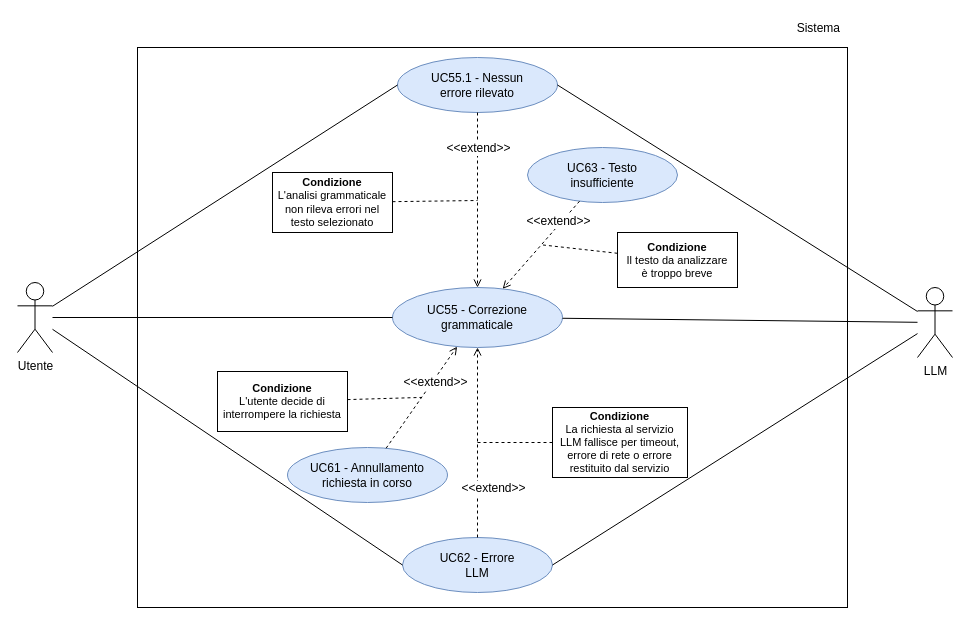
Before: RTB/doc_esterna/analisi-dei-requisiti/assets/draw.io/UC56.drawio in thebitless-group-swe/thebitless.github.io, a draw.io diagram. Source tidied: cells renumbered, new cells numbered last; positions are measured from the earlier drawing's top-left corner, leaving out a move shared by most shapes. Both pictures are drawn from the tidied source at 100%, with x=0, y=0 at pixel (17, 17).
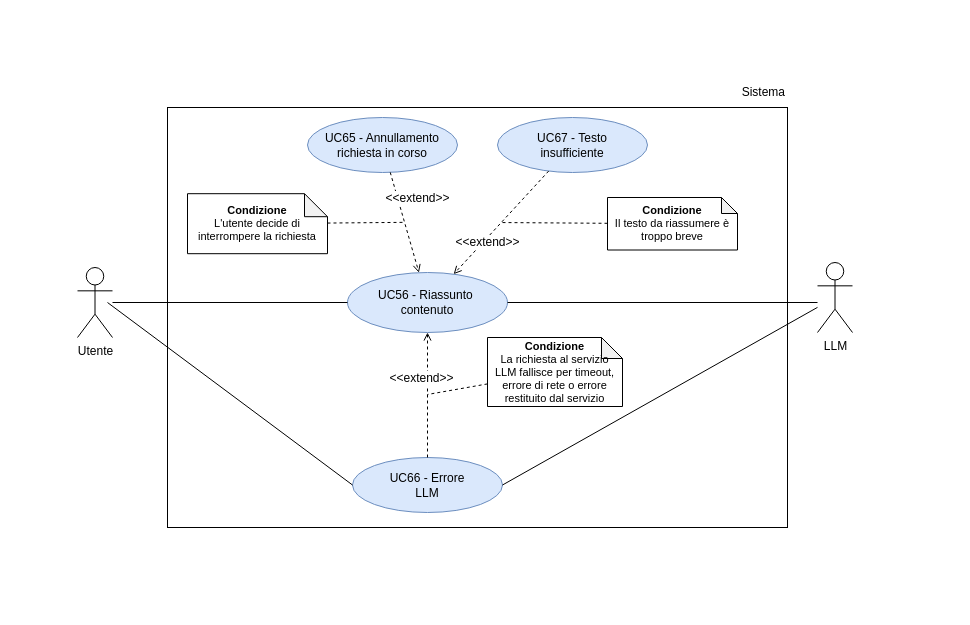
After the change.

What changed in the source:
```diff
@@
     <mxCell id="2" value="&lt;font&gt;Utente&lt;/font&gt;" style="shape=umlActor;verticalLabelPosition=bottom;verticalAlign=top;html=1;outlineConnect=0;fontSize=12;" parent="1" vertex="1">
-      <mxGeometry y="265" width="35" height="70" as="geometry" />
+      <mxGeometry x="60" y="250" width="35" height="70" as="geometry" />
     </mxCell>
-    <mxCell id="3" value="&lt;font&gt;LLM&lt;/font&gt;" style="shape=umlActor;verticalLabelPosition=bottom;verticalAlign=top;html=1;outlineConnect=0;fontSize=12;" parent="1" vertex="1">
-      <mxGeometry x="900" y="270" width="35" height="70" as="geometry" />
-    </mxCell>
     <mxCell id="4" style="rounded=0;whiteSpace=wrap;html=1;strokeWidth=1;fontSize=12;" parent="1" vertex="1">
-      <mxGeometry x="120" y="30" width="710" height="560" as="geometry" />
+      <mxGeometry x="150" y="90" width="620" height="420" as="geometry" />
     </mxCell>
     <mxCell id="5" value="&lt;font&gt;Sistema&lt;/font&gt;" style="text;html=1;whiteSpace=wrap;strokeColor=none;fillColor=none;align=right;verticalAlign=middle;fontSize=12;" parent="1" vertex="1">
-      <mxGeometry x="760" width="65" height="22" as="geometry" />
+      <mxGeometry x="700" y="60" width="70" height="30" as="geometry" />
     </mxCell>
-    <mxCell id="6" value="&lt;font&gt;UC55 - Correzione&lt;/font&gt;&lt;div&gt;&lt;font&gt;grammaticale&lt;/font&gt;&lt;/div&gt;" style="ellipse;whiteSpace=wrap;html=1;fillColor=#dae8fc;strokeColor=#6c8ebf;fontSize=12;" parent="1" vertex="1">
-      <mxGeometry x="375" y="270" width="170" height="60" as="geometry" />
-    </mxCell>
-    <mxCell id="7" value="&lt;font&gt;UC55.1 - Nessun&lt;br&gt;errore rilevato&lt;/font&gt;" style="ellipse;whiteSpace=wrap;html=1;fillColor=#dae8fc;strokeColor=#6c8ebf;fontSize=12;" parent="1" vertex="1">
-      <mxGeometry x="380" y="40" width="160" height="55" as="geometry" />
-    </mxCell>
+    <mxCell id="33" value="&lt;font&gt;UC56 - Riassunto&amp;nbsp;&lt;/font&gt;&lt;div&gt;&lt;font&gt;contenuto&lt;/font&gt;&lt;/div&gt;" style="ellipse;whiteSpace=wrap;html=1;fillColor=#dae8fc;strokeColor=#6c8ebf;fontSize=12;" parent="1" vertex="1">
+      <mxGeometry x="330" y="255" width="160" height="60" as="geometry" />
+    </mxCell>
-    <mxCell id="8" value="&lt;font&gt;UC61 - Annullamento&lt;br&gt;richiesta in corso&lt;/font&gt;" style="ellipse;whiteSpace=wrap;html=1;fillColor=#dae8fc;strokeColor=#6c8ebf;fontSize=12;" parent="1" vertex="1">
-      <mxGeometry x="270" y="430" width="160" height="55" as="geometry" />
+    <mxCell id="8" value="&lt;font&gt;UC65 - Annullamento&lt;br&gt;richiesta in corso&lt;/font&gt;" style="ellipse;whiteSpace=wrap;html=1;fillColor=#dae8fc;strokeColor=#6c8ebf;fontSize=12;" parent="1" vertex="1">
+      <mxGeometry x="290" y="100" width="150" height="55" as="geometry" />
     </mxCell>
-    <mxCell id="9" value="&lt;font&gt;UC62 - Errore&lt;br&gt;LLM&lt;/font&gt;" style="ellipse;whiteSpace=wrap;html=1;fillColor=#dae8fc;strokeColor=#6c8ebf;fontSize=12;" parent="1" vertex="1">
-      <mxGeometry x="385" y="520" width="150" height="55" as="geometry" />
+    <mxCell id="9" value="&lt;font&gt;UC66 - Errore&lt;br&gt;LLM&lt;/font&gt;" style="ellipse;whiteSpace=wrap;html=1;fillColor=#dae8fc;strokeColor=#6c8ebf;fontSize=12;" parent="1" vertex="1">
+      <mxGeometry x="335" y="440" width="150" height="55" as="geometry" />
     </mxCell>
-    <mxCell id="10" value="&lt;font&gt;UC63 - Testo&lt;br&gt;insufficiente&lt;/font&gt;" style="ellipse;whiteSpace=wrap;html=1;fillColor=#dae8fc;strokeColor=#6c8ebf;fontSize=12;" parent="1" vertex="1">
-      <mxGeometry x="510" y="130" width="150" height="55" as="geometry" />
+    <mxCell id="10" value="&lt;font&gt;UC67 - Testo&lt;br&gt;insufficiente&lt;/font&gt;" style="ellipse;whiteSpace=wrap;html=1;fillColor=#dae8fc;strokeColor=#6c8ebf;fontSize=12;" parent="1" vertex="1">
+      <mxGeometry x="480" y="100" width="150" height="55" as="geometry" />
     </mxCell>
-    <mxCell id="11" style="edgeStyle=none;rounded=0;jettySize=auto;html=1;endArrow=none;endFill=0;fontSize=12;" parent="1" edge="1" source="2" target="6">
-      <mxGeometry relative="1" as="geometry" />
-    </mxCell>
-    <mxCell id="12" style="edgeStyle=none;rounded=0;jettySize=auto;html=1;endArrow=none;endFill=0;fontSize=12;" parent="1" edge="1" source="6" target="3">
-      <mxGeometry relative="1" as="geometry" />
-    </mxCell>
-    <mxCell id="13" style="edgeStyle=none;rounded=0;jettySize=auto;html=1;endArrow=none;endFill=0;fontSize=12;entryX=0;entryY=0.5;entryDx=0;entryDy=0;" parent="1" edge="1" source="2" target="7">
-      <mxGeometry relative="1" as="geometry" />
-    </mxCell>
-    <mxCell id="14" style="edgeStyle=none;rounded=0;jettySize=auto;html=1;endArrow=none;endFill=0;fontSize=12;exitX=1;exitY=0.5;exitDx=0;exitDy=0;" parent="1" edge="1" source="7" target="3">
-      <mxGeometry relative="1" as="geometry" />
-    </mxCell>
-    <mxCell id="15" style="edgeStyle=none;rounded=0;jettySize=auto;html=1;endArrow=none;endFill=0;fontSize=12;exitX=1;exitY=0.5;exitDx=0;exitDy=0;" parent="1" edge="1" source="9" target="3">
-      <mxGeometry relative="1" as="geometry" />
-    </mxCell>
-    <mxCell id="16" style="dashed=1;endArrow=open;endFill=0;html=1;rounded=0;fontSize=12;" parent="1" edge="1" source="7" target="6">
-      <mxGeometry relative="1" as="geometry" />
-    </mxCell>
-    <mxCell id="17" value="&lt;font&gt;&amp;lt;&amp;lt;extend&amp;gt;&amp;gt;&lt;/font&gt;" style="edgeLabel;html=1;align=center;verticalAlign=middle;fontSize=12;" parent="16" vertex="1">
-      <mxGeometry x="-0.05" y="-1" relative="1" as="geometry">
-        <mxPoint x="1" y="-48" as="offset" />
-      </mxGeometry>
-    </mxCell>
-    <mxCell id="18" style="dashed=1;endArrow=open;endFill=0;html=1;rounded=0;fontSize=12;" parent="1" edge="1" source="8" target="6">
-      <mxGeometry relative="1" as="geometry" />
-    </mxCell>
+    <mxCell id="34" style="edgeStyle=none;rounded=0;jettySize=auto;html=1;endArrow=none;endFill=0;fontSize=12;" parent="1" edge="1" source="2" target="33">
+      <mxGeometry relative="1" as="geometry" />
+    </mxCell>
+    <mxCell id="35" style="edgeStyle=none;rounded=0;jettySize=auto;html=1;endArrow=none;endFill=0;fontSize=12;" parent="1" edge="1" source="33">
+      <mxGeometry relative="1" as="geometry">
+        <mxPoint x="800" y="285" as="targetPoint" />
+      </mxGeometry>
+    </mxCell>
+    <mxCell id="36" style="dashed=1;endArrow=open;endFill=0;html=1;rounded=0;fontSize=12;" parent="1" edge="1" source="8" target="33">
+      <mxGeometry relative="1" as="geometry" />
+    </mxCell>
-    <mxCell id="19" value="&lt;font&gt;&amp;lt;&amp;lt;extend&amp;gt;&amp;gt;&lt;/font&gt;" style="edgeLabel;html=1;align=center;verticalAlign=middle;fontSize=12;" parent="18" vertex="1">
+    <mxCell id="19" value="&lt;font&gt;&amp;lt;&amp;lt;extend&amp;gt;&amp;gt;&lt;/font&gt;" style="edgeLabel;html=1;align=center;verticalAlign=middle;fontSize=12;" parent="36" vertex="1">
       <mxGeometry x="-0.05" y="-1" relative="1" as="geometry">
-        <mxPoint x="14" y="-18" as="offset" />
+        <mxPoint x="14" y="-23" as="offset" />
       </mxGeometry>
     </mxCell>
-    <mxCell id="20" style="dashed=1;endArrow=open;endFill=0;html=1;rounded=0;fontSize=12;" parent="1" edge="1" source="9" target="6">
-      <mxGeometry relative="1" as="geometry" />
-    </mxCell>
+    <mxCell id="37" style="dashed=1;endArrow=open;endFill=0;html=1;rounded=0;fontSize=12;" parent="1" edge="1" source="9" target="33">
+      <mxGeometry relative="1" as="geometry" />
+    </mxCell>
-    <mxCell id="21" value="&lt;font&gt;&amp;lt;&amp;lt;extend&amp;gt;&amp;gt;&lt;/font&gt;" style="edgeLabel;html=1;align=center;verticalAlign=middle;fontSize=12;" parent="20" vertex="1">
+    <mxCell id="21" value="&lt;font&gt;&amp;lt;&amp;lt;&lt;/font&gt;&lt;font&gt;extend&lt;/font&gt;&lt;font&gt;&amp;gt;&amp;gt;&lt;/font&gt;" style="edgeLabel;html=1;align=center;verticalAlign=middle;fontSize=12;" parent="37" vertex="1">
       <mxGeometry x="-0.05" y="-1" relative="1" as="geometry">
-        <mxPoint x="14" y="40" as="offset" />
+        <mxPoint x="-8" y="-21" as="offset" />
       </mxGeometry>
     </mxCell>
-    <mxCell id="22" style="dashed=1;endArrow=open;endFill=0;html=1;rounded=0;fontSize=12;" parent="1" edge="1" source="10" target="6">
-      <mxGeometry relative="1" as="geometry" />
-    </mxCell>
+    <mxCell id="38" style="dashed=1;endArrow=open;endFill=0;html=1;rounded=0;fontSize=12;" parent="1" edge="1" source="10" target="33">
+      <mxGeometry relative="1" as="geometry" />
+    </mxCell>
-    <mxCell id="23" value="&lt;font&gt;&amp;lt;&amp;lt;extend&amp;gt;&amp;gt;&lt;/font&gt;" style="edgeLabel;html=1;align=center;verticalAlign=middle;fontSize=12;" parent="22" vertex="1">
+    <mxCell id="23" value="&lt;font&gt;&amp;lt;&amp;lt;extend&amp;gt;&amp;gt;&lt;/font&gt;" style="edgeLabel;html=1;align=center;verticalAlign=middle;fontSize=12;" parent="38" vertex="1">
       <mxGeometry x="-0.05" y="1" relative="1" as="geometry">
-        <mxPoint x="14" y="-22" as="offset" />
+        <mxPoint x="-17" y="21" as="offset" />
       </mxGeometry>
     </mxCell>
-    <mxCell id="24" value="&lt;b&gt;Condizione&lt;/b&gt;&lt;br&gt;L'analisi grammaticale non rileva errori nel testo selezionato" style="rounded=0;whiteSpace=wrap;html=1;fillColor=#ffffff;strokeColor=#000000;fontSize=11;align=center;verticalAlign=middle;spacing=6;" parent="1" vertex="1">
-      <mxGeometry x="255" y="155" width="120" height="60" as="geometry" />
-    </mxCell>
-    <mxCell id="25" value="&lt;b&gt;Condizione&lt;/b&gt;&lt;br&gt;L'utente decide di interrompere la richiesta" style="rounded=0;whiteSpace=wrap;html=1;fillColor=#ffffff;strokeColor=#000000;fontSize=11;align=center;verticalAlign=middle;spacing=6;" parent="1" vertex="1">
-      <mxGeometry x="200" y="354" width="130" height="60" as="geometry" />
+    <mxCell id="25" value="&lt;b&gt;Condizione&lt;/b&gt;&lt;br&gt;L'utente decide di interrompere la richiesta" style="shape=note;whiteSpace=wrap;html=1;backgroundOutline=1;darkOpacity=0.05;fontSize=11;align=center;verticalAlign=middle;spacing=6;size=23;" parent="1" vertex="1">
+      <mxGeometry x="170" y="176.2" width="140" height="60" as="geometry" />
     </mxCell>
+    <mxCell id="32" value="&lt;b&gt;Condizione&lt;/b&gt;&lt;br&gt;&lt;div&gt;La richiesta al servizio LLM fallisce per timeout, errore di rete o errore restituito dal servizio&lt;/div&gt;" style="shape=note;whiteSpace=wrap;html=1;backgroundOutline=1;darkOpacity=0.05;fontSize=11;align=center;verticalAlign=middle;spacing=6;size=21;" parent="1" vertex="1">
+      <mxGeometry x="470" y="320" width="135" height="69" as="geometry" />
+    </mxCell>
-    <mxCell id="26" value="&lt;b&gt;Condizione&lt;/b&gt;&lt;br&gt;Il testo da analizzare è troppo breve" style="rounded=0;whiteSpace=wrap;html=1;fillColor=#ffffff;strokeColor=#000000;fontSize=11;align=center;verticalAlign=middle;spacing=6;" parent="1" vertex="1">
-      <mxGeometry x="600" y="215" width="120" height="55" as="geometry" />
+    <mxCell id="26" value="&lt;b&gt;Condizione&lt;/b&gt;&lt;br&gt;Il testo da riassumere è troppo breve" style="shape=note;whiteSpace=wrap;html=1;backgroundOutline=1;darkOpacity=0.05;fontSize=11;align=center;verticalAlign=middle;spacing=6;size=16;" parent="1" vertex="1">
+      <mxGeometry x="590" y="180" width="130" height="52.5" as="geometry" />
     </mxCell>
-    <mxCell id="27" style="dashed=1;endArrow=none;html=1;rounded=0;strokeWidth=1;fontSize=12;" parent="1" edge="1" source="24" target="16">
-      <mxGeometry relative="1" as="geometry" />
-    </mxCell>
-    <mxCell id="28" style="dashed=1;endArrow=none;html=1;rounded=0;strokeWidth=1;fontSize=12;" parent="1" edge="1" source="25" target="18">
+    <mxCell id="28" style="dashed=1;endArrow=none;html=1;rounded=0;strokeWidth=1;fontSize=12;" parent="1" edge="1" source="25" target="36">
       <mxGeometry relative="1" as="geometry" />
     </mxCell>
-    <mxCell id="29" style="dashed=1;endArrow=none;html=1;rounded=0;strokeWidth=1;fontSize=12;" parent="1" edge="1" source="32" target="20">
+    <mxCell id="29" style="dashed=1;endArrow=none;html=1;rounded=0;strokeWidth=1;fontSize=12;" parent="1" edge="1" source="32" target="37">
       <mxGeometry relative="1" as="geometry" />
     </mxCell>
-    <mxCell id="30" style="dashed=1;endArrow=none;html=1;rounded=0;strokeWidth=1;fontSize=12;" parent="1" edge="1" source="26" target="22">
+    <mxCell id="30" style="dashed=1;endArrow=none;html=1;rounded=0;strokeWidth=1;fontSize=12;" parent="1" edge="1" source="26" target="38">
       <mxGeometry relative="1" as="geometry" />
     </mxCell>
-    <mxCell id="31" style="edgeStyle=none;rounded=0;jettySize=auto;html=1;endArrow=none;endFill=0;fontSize=12;entryX=0;entryY=0.5;entryDx=0;entryDy=0;" parent="1" edge="1" source="2" target="9">
-      <mxGeometry relative="1" as="geometry" />
-    </mxCell>
-    <mxCell id="32" value="&lt;b&gt;Condizione&lt;/b&gt;&lt;br&gt;&lt;div&gt;La richiesta al servizio LLM fallisce per timeout, errore di rete o errore restituito dal servizio&lt;/div&gt;" style="rounded=0;whiteSpace=wrap;html=1;fillColor=#ffffff;strokeColor=#000000;fontSize=11;align=center;verticalAlign=middle;spacing=6;" parent="1" vertex="1">
-      <mxGeometry x="535" y="390" width="135" height="70" as="geometry" />
-    </mxCell>
+    <mxCell id="3" value="&lt;font&gt;LLM&lt;/font&gt;" style="shape=umlActor;verticalLabelPosition=bottom;verticalAlign=top;html=1;outlineConnect=0;fontSize=12;" parent="1" vertex="1">
+      <mxGeometry x="800" y="245" width="35" height="70" as="geometry" />
+    </mxCell>
+    <mxCell id="39" style="edgeStyle=none;rounded=0;jettySize=auto;html=1;endArrow=none;endFill=0;entryX=0;entryY=0.5;entryDx=0;entryDy=0;fontSize=12;" parent="1" edge="1" target="9">
+      <mxGeometry relative="1" as="geometry">
+        <mxPoint x="90" y="285" as="sourcePoint" />
+      </mxGeometry>
+    </mxCell>
+    <mxCell id="15" style="edgeStyle=none;rounded=0;jettySize=auto;html=1;endArrow=none;endFill=0;exitX=1;exitY=0.5;exitDx=0;exitDy=0;fontSize=12;" parent="1" edge="1" source="9" target="3">
+      <mxGeometry relative="1" as="geometry" />
+    </mxCell>
```
